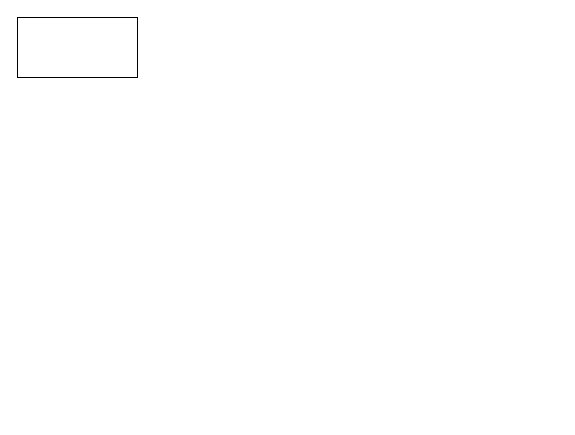
Before: 莫顿图结构.drawio in xiell2016/hetaoDesign, a draw.io diagram. Source tidied: cells renumbered, new cells numbered last; positions are measured from the earlier drawing's top-left corner, leaving out a move shared by most shapes. Both pictures are drawn from the tidied source at 100%, with x=0, y=0 at pixel (17, 17).
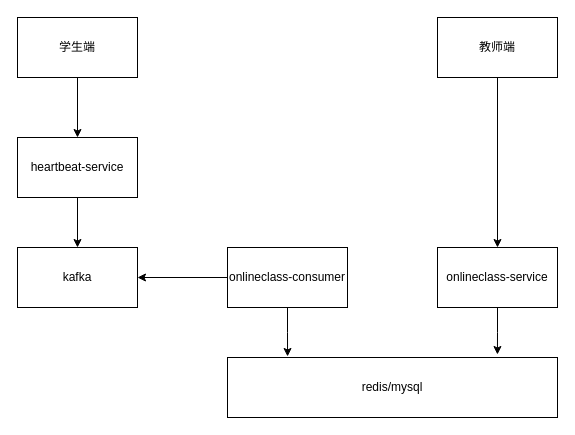
Above is the later version.

Commit message (it also covers changes not shown here):
更新莫顿图结构.drawio

The edit, as a diff of the source:
```diff
@@
 <mxGraphModel>
   <root>
     <mxCell id="0" />
     <mxCell id="1" parent="0" />
+    <mxCell id="3" style="edgeStyle=orthogonalEdgeStyle;rounded=0;jettySize=auto;html=1;exitX=0.5;exitY=1;exitDx=0;exitDy=0;entryX=0.5;entryY=0;entryDx=0;entryDy=0;" parent="1" edge="1" source="2" target="14">
+      <mxGeometry relative="1" as="geometry" />
+    </mxCell>
-    <mxCell id="2" style="rounded=0;whiteSpace=wrap;html=1;" parent="1" vertex="1">
+    <mxCell id="2" value="学生端" style="rounded=0;whiteSpace=wrap;html=1;" parent="1" vertex="1">
       <mxGeometry width="120" height="60" as="geometry" />
     </mxCell>
+    <mxCell id="4" value="redis/mysql" style="rounded=0;whiteSpace=wrap;html=1;" parent="1" vertex="1">
+      <mxGeometry x="210" y="340" width="330" height="60" as="geometry" />
+    </mxCell>
+    <mxCell id="5" value="kafka" style="rounded=0;whiteSpace=wrap;html=1;" parent="1" vertex="1">
+      <mxGeometry y="230" width="120" height="60" as="geometry" />
+    </mxCell>
+    <mxCell id="6" style="edgeStyle=orthogonalEdgeStyle;rounded=0;jettySize=auto;html=1;exitX=0.5;exitY=1;exitDx=0;exitDy=0;" parent="1" edge="1" source="7" target="9">
+      <mxGeometry relative="1" as="geometry" />
+    </mxCell>
+    <mxCell id="7" value="教师端" style="rounded=0;whiteSpace=wrap;html=1;" parent="1" vertex="1">
+      <mxGeometry x="420" width="120" height="60" as="geometry" />
+    </mxCell>
+    <mxCell id="8" style="edgeStyle=orthogonalEdgeStyle;rounded=0;jettySize=auto;html=1;exitX=0.5;exitY=1;exitDx=0;exitDy=0;entryX=0.818;entryY=-0.05;entryDx=0;entryDy=0;entryPerimeter=0;" parent="1" edge="1" source="9" target="4">
+      <mxGeometry relative="1" as="geometry" />
+    </mxCell>
+    <mxCell id="9" value="onlineclass-service" style="rounded=0;whiteSpace=wrap;html=1;" parent="1" vertex="1">
+      <mxGeometry x="420" y="230" width="120" height="60" as="geometry" />
+    </mxCell>
+    <mxCell id="10" style="edgeStyle=orthogonalEdgeStyle;rounded=0;jettySize=auto;html=1;" parent="1" edge="1" source="12" target="5">
+      <mxGeometry relative="1" as="geometry" />
+    </mxCell>
+    <mxCell id="11" style="edgeStyle=orthogonalEdgeStyle;rounded=0;jettySize=auto;html=1;exitX=0.5;exitY=1;exitDx=0;exitDy=0;entryX=0.182;entryY=-0.017;entryDx=0;entryDy=0;entryPerimeter=0;" parent="1" edge="1" source="12" target="4">
+      <mxGeometry relative="1" as="geometry" />
+    </mxCell>
+    <mxCell id="12" value="onlineclass-consumer" style="rounded=0;whiteSpace=wrap;html=1;" parent="1" vertex="1">
+      <mxGeometry x="210" y="230" width="120" height="60" as="geometry" />
+    </mxCell>
+    <mxCell id="13" style="edgeStyle=orthogonalEdgeStyle;rounded=0;jettySize=auto;html=1;exitX=0.5;exitY=1;exitDx=0;exitDy=0;" parent="1" edge="1" source="14" target="5">
+      <mxGeometry relative="1" as="geometry" />
+    </mxCell>
+    <mxCell id="14" value="heartbeat-service" style="rounded=0;whiteSpace=wrap;html=1;" parent="1" vertex="1">
+      <mxGeometry y="120" width="120" height="60" as="geometry" />
+    </mxCell>
   </root>
 </mxGraphModel>
```
